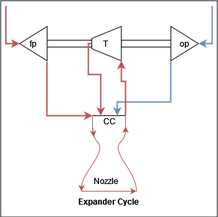
Earlier version of the draw.io export images/EX.png (casruks/CDP-LRE-Integrated-Design-Model). Source tidied: cells renumbered, new cells last; positions are measured from the earlier drawing's top-left corner, leaving out a move shared by most shapes. Source of this version:
```xml
<mxGraphModel>
  <root>
    <mxCell id="0" />
    <mxCell id="1" parent="0" />
    <mxCell id="2" style="group;" parent="1" vertex="1">
      <mxGeometry x="8" y="8" width="307.5" height="307.5" as="geometry" />
    </mxCell>
    <mxCell id="3" style="whiteSpace=wrap;html=1;" parent="2" vertex="1">
      <mxGeometry x="-7.5" y="-7.5" width="315" height="315" as="geometry" />
    </mxCell>
    <mxCell id="4" value="op" style="triangle;whiteSpace=wrap;html=1;flipH=0;" parent="2" vertex="1">
      <mxGeometry x="240" y="30" width="40" height="50" as="geometry" />
    </mxCell>
    <mxCell id="5" style="group;fillColor=none;strokeWidth=2;" parent="2" vertex="1">
      <mxGeometry x="110" y="160" width="80" height="110" as="geometry" />
    </mxCell>
    <mxCell id="6" style="shape=partialRectangle;whiteSpace=wrap;html=1;bottom=1;right=1;left=1;top=0;routingCenterX=-0.5;rotation=-180;" parent="5" vertex="1">
      <mxGeometry x="16" width="48" height="15.7" as="geometry" />
    </mxCell>
    <mxCell id="7" style="curved=1;endArrow=none;html=1;rounded=0;endFill=0;startArrow=classic;startFill=1;fillColor=#f8cecc;strokeColor=#b85450;" parent="5" edge="1">
      <mxGeometry relative="1" as="geometry">
        <mxPoint y="110" as="sourcePoint" />
        <mxPoint x="16" y="15.7" as="targetPoint" />
        <Array as="points">
          <mxPoint y="94.3" />
          <mxPoint x="32" y="47.1" />
          <mxPoint x="16" y="31.4" />
        </Array>
      </mxGeometry>
    </mxCell>
    <mxCell id="8" style="curved=1;endArrow=classic;html=1;rounded=0;endFill=1;strokeColor=#b85450;startArrow=none;startFill=0;fillColor=#f8cecc;" parent="5" edge="1">
      <mxGeometry relative="1" as="geometry">
        <mxPoint x="80" y="110" as="sourcePoint" />
        <mxPoint x="64" y="15.7" as="targetPoint" />
        <Array as="points">
          <mxPoint x="80" y="94.3" />
          <mxPoint x="48" y="47.1" />
          <mxPoint x="64" y="31.4" />
        </Array>
      </mxGeometry>
    </mxCell>
    <mxCell id="9" style="endArrow=none;html=1;rounded=0;fillColor=#f8cecc;strokeColor=#b85450;" parent="5" edge="1">
      <mxGeometry relative="1" as="geometry">
        <mxPoint x="16" as="sourcePoint" />
        <mxPoint x="16" y="15.7" as="targetPoint" />
      </mxGeometry>
    </mxCell>
    <mxCell id="10" style="endArrow=none;html=1;rounded=0;fillColor=#f8cecc;strokeColor=#b85450;" parent="5" edge="1">
      <mxGeometry relative="1" as="geometry">
        <mxPoint x="64" y="15.7" as="sourcePoint" />
        <mxPoint x="64" as="targetPoint" />
      </mxGeometry>
    </mxCell>
    <mxCell id="11" style="endArrow=classic;html=1;rounded=0;strokeColor=#b85450;startArrow=none;startFill=0;endFill=1;fillColor=#f8cecc;" parent="5" edge="1">
      <mxGeometry relative="1" as="geometry">
        <mxPoint y="110" as="sourcePoint" />
        <mxPoint x="80" y="110" as="targetPoint" />
      </mxGeometry>
    </mxCell>
    <mxCell id="12" style="endArrow=classic;html=1;rounded=0;exitX=1;exitY=0;exitDx=0;exitDy=0;fillColor=#f8cecc;strokeColor=#b85450;" parent="5" edge="1" source="6">
      <mxGeometry relative="1" as="geometry">
        <mxPoint x="18" y="31" as="targetPoint" />
      </mxGeometry>
    </mxCell>
    <mxCell id="13" value="Nozzle" style="text;html=1;align=center;verticalAlign=middle;strokeColor=none;fillColor=none;" parent="5" vertex="1">
      <mxGeometry x="5" y="80" width="60" height="30" as="geometry" />
    </mxCell>
    <mxCell id="14" value="CC" style="text;html=1;align=center;verticalAlign=middle;strokeColor=none;fillColor=none;" parent="5" vertex="1">
      <mxGeometry x="20" y="-7.1" width="40" height="30" as="geometry" />
    </mxCell>
    <mxCell id="15" style="rounded=0;whiteSpace=wrap;html=1;" parent="2" vertex="1">
      <mxGeometry x="55" y="50" width="70" height="10" as="geometry" />
    </mxCell>
    <mxCell id="16" style="endArrow=classic;html=1;rounded=0;entryX=1;entryY=0.5;entryDx=0;entryDy=0;fillColor=#f8cecc;strokeColor=#b85450;strokeWidth=2;" parent="2" edge="1" target="23">
      <mxGeometry relative="1" as="geometry">
        <mxPoint as="sourcePoint" />
        <Array as="points">
          <mxPoint />
          <mxPoint y="55" />
        </Array>
      </mxGeometry>
    </mxCell>
    <mxCell id="17" style="endArrow=classic;html=1;rounded=0;entryX=1;entryY=0.5;entryDx=0;entryDy=0;fillColor=#dae8fc;strokeColor=#6c8ebf;strokeWidth=2;" parent="2" edge="1">
      <mxGeometry relative="1" as="geometry">
        <mxPoint x="300" as="sourcePoint" />
        <mxPoint x="280" y="55" as="targetPoint" />
        <Array as="points">
          <mxPoint x="300" y="55" />
        </Array>
      </mxGeometry>
    </mxCell>
    <mxCell id="18" style="verticalLabelPosition=bottom;align=center;dashed=0;html=1;verticalAlign=top;shape=mxgraph.pid.engines.turbine;flipH=0;" parent="2" vertex="1">
      <mxGeometry x="125" y="30" width="50" height="50" as="geometry" />
    </mxCell>
    <mxCell id="19" style="rounded=0;whiteSpace=wrap;html=1;" parent="2" vertex="1">
      <mxGeometry x="168" y="50" width="72" height="10" as="geometry" />
    </mxCell>
    <mxCell id="20" value="T" style="text;html=1;align=center;verticalAlign=middle;strokeColor=none;fillColor=none;" parent="2" vertex="1">
      <mxGeometry x="130" y="40" width="30" height="30" as="geometry" />
    </mxCell>
    <mxCell id="21" style="edgeStyle=orthogonalEdgeStyle;rounded=0;jettySize=auto;html=1;fillColor=#dae8fc;strokeColor=#6c8ebf;jumpStyle=arc;exitX=-0.004;exitY=1.02;exitDx=0;exitDy=0;exitPerimeter=0;strokeWidth=2;entryX=0.25;entryY=1;entryDx=0;entryDy=0;" parent="2" edge="1" source="4" target="6">
      <mxGeometry relative="1" as="geometry">
        <Array as="points">
          <mxPoint x="240" y="140" />
          <mxPoint x="162" y="140" />
        </Array>
      </mxGeometry>
    </mxCell>
    <mxCell id="22" style="edgeStyle=orthogonalEdgeStyle;rounded=0;jettySize=auto;html=1;entryX=1;entryY=1;entryDx=0;entryDy=0;fillColor=#f8cecc;strokeColor=#b85450;jumpStyle=arc;exitX=0.004;exitY=-0.03;exitDx=0;exitDy=0;exitPerimeter=0;strokeWidth=2;" parent="2" edge="1" source="23" target="6">
      <mxGeometry relative="1" as="geometry">
        <Array as="points">
          <mxPoint x="60" y="160" />
        </Array>
      </mxGeometry>
    </mxCell>
    <mxCell id="23" value="fp" style="triangle;whiteSpace=wrap;html=1;direction=west;flipH=0;" parent="2" vertex="1">
      <mxGeometry x="20" y="30" width="40" height="50" as="geometry" />
    </mxCell>
    <mxCell id="24" style="edgeStyle=orthogonalEdgeStyle;rounded=0;jettySize=auto;html=1;exitX=0;exitY=1;exitDx=0;exitDy=0;entryX=0.86;entryY=1;entryDx=0;entryDy=0;fillColor=#f8cecc;strokeColor=#b85450;strokeWidth=2;entryPerimeter=0;" parent="2" edge="1" source="6" target="18">
      <mxGeometry relative="1" as="geometry">
        <Array as="points">
          <mxPoint x="174" y="110" />
          <mxPoint x="168" y="110" />
        </Array>
      </mxGeometry>
    </mxCell>
    <mxCell id="25" style="edgeStyle=orthogonalEdgeStyle;rounded=0;jettySize=auto;html=1;exitX=0.75;exitY=1;exitDx=0;exitDy=0;endArrow=none;endFill=0;strokeWidth=2;entryX=1;entryY=0.5;entryDx=0;entryDy=0;startArrow=classic;startFill=1;fillColor=#f8cecc;strokeColor=#b85450;" parent="2" edge="1" source="6" target="15">
      <mxGeometry relative="1" as="geometry">
        <Array as="points">
          <mxPoint x="138" y="100" />
          <mxPoint x="120" y="100" />
          <mxPoint x="120" y="55" />
        </Array>
      </mxGeometry>
    </mxCell>
    <mxCell id="26" value="Expander Cycle" style="text;html=1;strokeColor=none;fillColor=none;align=center;verticalAlign=middle;whiteSpace=wrap;rounded=0;fontStyle=1;" parent="2" vertex="1">
      <mxGeometry x="80" y="270" width="140" height="30" as="geometry" />
    </mxCell>
  </root>
</mxGraphModel>
```
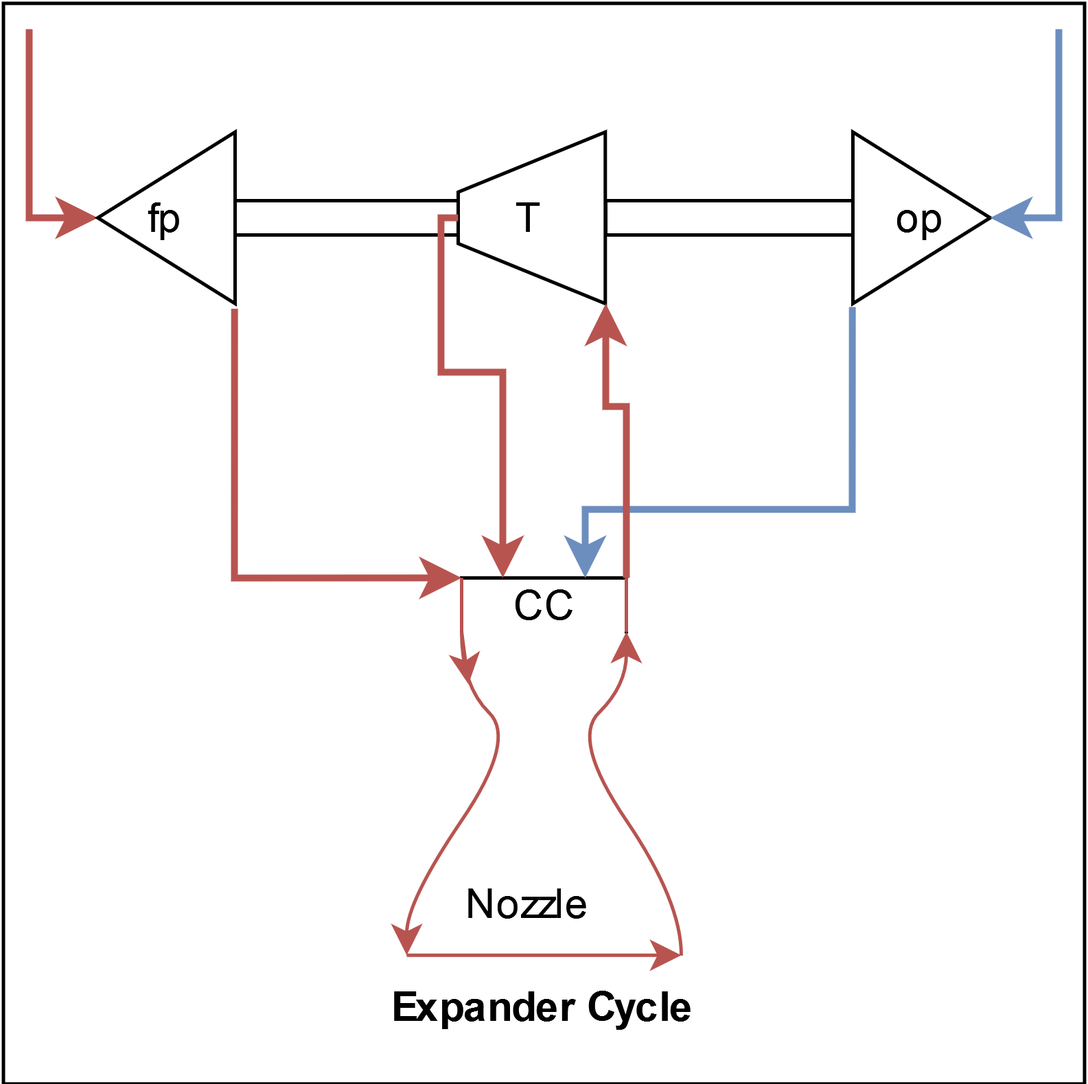
After the commit.

Change to the diagram source:
```diff
@@ -2,103 +2,103 @@
   <root>
     <mxCell id="0" />
     <mxCell id="1" parent="0" />
-    <mxCell id="2" style="group;" parent="1" vertex="1">
-      <mxGeometry x="8" y="8" width="307.5" height="307.5" as="geometry" />
-    </mxCell>
+    <mxCell id="27" style="group;" parent="1" vertex="1">
+      <mxGeometry x="578" y="-82" width="307.5" height="307.5" as="geometry" />
+    </mxCell>
-    <mxCell id="3" style="whiteSpace=wrap;html=1;" parent="2" vertex="1">
+    <mxCell id="3" style="whiteSpace=wrap;html=1;" parent="27" vertex="1">
       <mxGeometry x="-7.5" y="-7.5" width="315" height="315" as="geometry" />
     </mxCell>
-    <mxCell id="4" value="op" style="triangle;whiteSpace=wrap;html=1;flipH=0;" parent="2" vertex="1">
+    <mxCell id="4" value="op" style="triangle;whiteSpace=wrap;html=1;flipH=0;" parent="27" vertex="1">
       <mxGeometry x="240" y="30" width="40" height="50" as="geometry" />
     </mxCell>
-    <mxCell id="5" style="group;fillColor=none;strokeWidth=2;" parent="2" vertex="1">
+    <mxCell id="5" style="group;fillColor=none;strokeWidth=2;" parent="27" vertex="1">
       <mxGeometry x="110" y="160" width="80" height="110" as="geometry" />
     </mxCell>
     <mxCell id="6" style="shape=partialRectangle;whiteSpace=wrap;html=1;bottom=1;right=1;left=1;top=0;routingCenterX=-0.5;rotation=-180;" parent="5" vertex="1">
       <mxGeometry x="16" width="48" height="15.7" as="geometry" />
     </mxCell>
-    <mxCell id="7" style="curved=1;endArrow=none;html=1;rounded=0;endFill=0;startArrow=classic;startFill=1;fillColor=#f8cecc;strokeColor=#b85450;" parent="5" edge="1">
-      <mxGeometry relative="1" as="geometry">
-        <mxPoint y="110" as="sourcePoint" />
-        <mxPoint x="16" y="15.7" as="targetPoint" />
-        <Array as="points">
-          <mxPoint y="94.3" />
-          <mxPoint x="32" y="47.1" />
-          <mxPoint x="16" y="31.4" />
-        </Array>
-      </mxGeometry>
-    </mxCell>
-    <mxCell id="8" style="curved=1;endArrow=classic;html=1;rounded=0;endFill=1;strokeColor=#b85450;startArrow=none;startFill=0;fillColor=#f8cecc;" parent="5" edge="1">
-      <mxGeometry relative="1" as="geometry">
-        <mxPoint x="80" y="110" as="sourcePoint" />
-        <mxPoint x="64" y="15.7" as="targetPoint" />
-        <Array as="points">
-          <mxPoint x="80" y="94.3" />
-          <mxPoint x="48" y="47.1" />
-          <mxPoint x="64" y="31.4" />
-        </Array>
-      </mxGeometry>
-    </mxCell>
-    <mxCell id="9" style="endArrow=none;html=1;rounded=0;fillColor=#f8cecc;strokeColor=#b85450;" parent="5" edge="1">
-      <mxGeometry relative="1" as="geometry">
-        <mxPoint x="16" as="sourcePoint" />
-        <mxPoint x="16" y="15.7" as="targetPoint" />
-      </mxGeometry>
-    </mxCell>
-    <mxCell id="10" style="endArrow=none;html=1;rounded=0;fillColor=#f8cecc;strokeColor=#b85450;" parent="5" edge="1">
-      <mxGeometry relative="1" as="geometry">
-        <mxPoint x="64" y="15.7" as="sourcePoint" />
-        <mxPoint x="64" as="targetPoint" />
-      </mxGeometry>
-    </mxCell>
-    <mxCell id="11" style="endArrow=classic;html=1;rounded=0;strokeColor=#b85450;startArrow=none;startFill=0;endFill=1;fillColor=#f8cecc;" parent="5" edge="1">
-      <mxGeometry relative="1" as="geometry">
-        <mxPoint y="110" as="sourcePoint" />
-        <mxPoint x="80" y="110" as="targetPoint" />
-      </mxGeometry>
-    </mxCell>
-    <mxCell id="12" style="endArrow=classic;html=1;rounded=0;exitX=1;exitY=0;exitDx=0;exitDy=0;fillColor=#f8cecc;strokeColor=#b85450;" parent="5" edge="1" source="6">
-      <mxGeometry relative="1" as="geometry">
-        <mxPoint x="18" y="31" as="targetPoint" />
-      </mxGeometry>
-    </mxCell>
+    <mxCell id="28" style="curved=1;endArrow=none;html=1;rounded=0;endFill=0;startArrow=classic;startFill=1;fillColor=#f8cecc;strokeColor=#b85450;" parent="5" edge="1">
+      <mxGeometry relative="1" as="geometry">
+        <mxPoint y="110" as="sourcePoint" />
+        <mxPoint x="16" y="15.7" as="targetPoint" />
+        <Array as="points">
+          <mxPoint y="94.3" />
+          <mxPoint x="32" y="47.1" />
+          <mxPoint x="16" y="31.4" />
+        </Array>
+      </mxGeometry>
+    </mxCell>
+    <mxCell id="29" style="curved=1;endArrow=classic;html=1;rounded=0;endFill=1;strokeColor=#b85450;startArrow=none;startFill=0;fillColor=#f8cecc;" parent="5" edge="1">
+      <mxGeometry relative="1" as="geometry">
+        <mxPoint x="80" y="110" as="sourcePoint" />
+        <mxPoint x="64" y="15.7" as="targetPoint" />
+        <Array as="points">
+          <mxPoint x="80" y="94.3" />
+          <mxPoint x="48" y="47.1" />
+          <mxPoint x="64" y="31.4" />
+        </Array>
+      </mxGeometry>
+    </mxCell>
+    <mxCell id="30" style="endArrow=none;html=1;rounded=0;fillColor=#f8cecc;strokeColor=#b85450;" parent="5" edge="1">
+      <mxGeometry relative="1" as="geometry">
+        <mxPoint x="16" as="sourcePoint" />
+        <mxPoint x="16" y="15.7" as="targetPoint" />
+      </mxGeometry>
+    </mxCell>
+    <mxCell id="31" style="endArrow=none;html=1;rounded=0;fillColor=#f8cecc;strokeColor=#b85450;" parent="5" edge="1">
+      <mxGeometry relative="1" as="geometry">
+        <mxPoint x="64" y="15.7" as="sourcePoint" />
+        <mxPoint x="64" as="targetPoint" />
+      </mxGeometry>
+    </mxCell>
+    <mxCell id="32" style="endArrow=classic;html=1;rounded=0;strokeColor=#b85450;startArrow=none;startFill=0;endFill=1;fillColor=#f8cecc;" parent="5" edge="1">
+      <mxGeometry relative="1" as="geometry">
+        <mxPoint y="110" as="sourcePoint" />
+        <mxPoint x="80" y="110" as="targetPoint" />
+      </mxGeometry>
+    </mxCell>
+    <mxCell id="33" style="endArrow=classic;html=1;rounded=0;exitX=1;exitY=0;exitDx=0;exitDy=0;fillColor=#f8cecc;strokeColor=#b85450;" parent="5" edge="1" source="6">
+      <mxGeometry relative="1" as="geometry">
+        <mxPoint x="18" y="31" as="targetPoint" />
+      </mxGeometry>
+    </mxCell>
     <mxCell id="13" value="Nozzle" style="text;html=1;align=center;verticalAlign=middle;strokeColor=none;fillColor=none;" parent="5" vertex="1">
       <mxGeometry x="5" y="80" width="60" height="30" as="geometry" />
     </mxCell>
     <mxCell id="14" value="CC" style="text;html=1;align=center;verticalAlign=middle;strokeColor=none;fillColor=none;" parent="5" vertex="1">
       <mxGeometry x="20" y="-7.1" width="40" height="30" as="geometry" />
     </mxCell>
-    <mxCell id="15" style="rounded=0;whiteSpace=wrap;html=1;" parent="2" vertex="1">
+    <mxCell id="15" style="rounded=0;whiteSpace=wrap;html=1;" parent="27" vertex="1">
       <mxGeometry x="55" y="50" width="70" height="10" as="geometry" />
     </mxCell>
-    <mxCell id="16" style="endArrow=classic;html=1;rounded=0;entryX=1;entryY=0.5;entryDx=0;entryDy=0;fillColor=#f8cecc;strokeColor=#b85450;strokeWidth=2;" parent="2" edge="1" target="23">
-      <mxGeometry relative="1" as="geometry">
-        <mxPoint as="sourcePoint" />
-        <Array as="points">
-          <mxPoint />
-          <mxPoint y="55" />
-        </Array>
-      </mxGeometry>
-    </mxCell>
-    <mxCell id="17" style="endArrow=classic;html=1;rounded=0;entryX=1;entryY=0.5;entryDx=0;entryDy=0;fillColor=#dae8fc;strokeColor=#6c8ebf;strokeWidth=2;" parent="2" edge="1">
-      <mxGeometry relative="1" as="geometry">
-        <mxPoint x="300" as="sourcePoint" />
-        <mxPoint x="280" y="55" as="targetPoint" />
-        <Array as="points">
-          <mxPoint x="300" y="55" />
-        </Array>
-      </mxGeometry>
-    </mxCell>
+    <mxCell id="34" style="endArrow=classic;html=1;rounded=0;entryX=1;entryY=0.5;entryDx=0;entryDy=0;fillColor=#f8cecc;strokeColor=#b85450;strokeWidth=2;" parent="27" edge="1" target="23">
+      <mxGeometry relative="1" as="geometry">
+        <mxPoint as="sourcePoint" />
+        <Array as="points">
+          <mxPoint />
+          <mxPoint y="55" />
+        </Array>
+      </mxGeometry>
+    </mxCell>
+    <mxCell id="35" style="endArrow=classic;html=1;rounded=0;entryX=1;entryY=0.5;entryDx=0;entryDy=0;fillColor=#dae8fc;strokeColor=#6c8ebf;strokeWidth=2;" parent="27" edge="1">
+      <mxGeometry relative="1" as="geometry">
+        <mxPoint x="300" as="sourcePoint" />
+        <mxPoint x="280" y="55" as="targetPoint" />
+        <Array as="points">
+          <mxPoint x="300" y="55" />
+        </Array>
+      </mxGeometry>
+    </mxCell>
-    <mxCell id="18" style="verticalLabelPosition=bottom;align=center;dashed=0;html=1;verticalAlign=top;shape=mxgraph.pid.engines.turbine;flipH=0;" parent="2" vertex="1">
+    <mxCell id="18" style="verticalLabelPosition=bottom;align=center;dashed=0;html=1;verticalAlign=top;shape=mxgraph.pid.engines.turbine;flipH=0;" parent="27" vertex="1">
       <mxGeometry x="125" y="30" width="50" height="50" as="geometry" />
     </mxCell>
-    <mxCell id="19" style="rounded=0;whiteSpace=wrap;html=1;" parent="2" vertex="1">
+    <mxCell id="19" style="rounded=0;whiteSpace=wrap;html=1;" parent="27" vertex="1">
       <mxGeometry x="168" y="50" width="72" height="10" as="geometry" />
     </mxCell>
-    <mxCell id="20" value="T" style="text;html=1;align=center;verticalAlign=middle;strokeColor=none;fillColor=none;" parent="2" vertex="1">
+    <mxCell id="20" value="T" style="text;html=1;align=center;verticalAlign=middle;strokeColor=none;fillColor=none;" parent="27" vertex="1">
       <mxGeometry x="130" y="40" width="30" height="30" as="geometry" />
     </mxCell>
-    <mxCell id="21" style="edgeStyle=orthogonalEdgeStyle;rounded=0;jettySize=auto;html=1;fillColor=#dae8fc;strokeColor=#6c8ebf;jumpStyle=arc;exitX=-0.004;exitY=1.02;exitDx=0;exitDy=0;exitPerimeter=0;strokeWidth=2;entryX=0.25;entryY=1;entryDx=0;entryDy=0;" parent="2" edge="1" source="4" target="6">
+    <mxCell id="21" style="edgeStyle=orthogonalEdgeStyle;rounded=0;jettySize=auto;html=1;fillColor=#dae8fc;strokeColor=#6c8ebf;jumpStyle=arc;exitX=-0.004;exitY=1.02;exitDx=0;exitDy=0;exitPerimeter=0;strokeWidth=2;entryX=0.25;entryY=1;entryDx=0;entryDy=0;" parent="27" edge="1" source="4" target="6">
       <mxGeometry relative="1" as="geometry">
         <Array as="points">
           <mxPoint x="240" y="140" />
@@ -106,17 +106,17 @@
         </Array>
       </mxGeometry>
     </mxCell>
-    <mxCell id="22" style="edgeStyle=orthogonalEdgeStyle;rounded=0;jettySize=auto;html=1;entryX=1;entryY=1;entryDx=0;entryDy=0;fillColor=#f8cecc;strokeColor=#b85450;jumpStyle=arc;exitX=0.004;exitY=-0.03;exitDx=0;exitDy=0;exitPerimeter=0;strokeWidth=2;" parent="2" edge="1" source="23" target="6">
+    <mxCell id="22" style="edgeStyle=orthogonalEdgeStyle;rounded=0;jettySize=auto;html=1;entryX=1;entryY=1;entryDx=0;entryDy=0;fillColor=#f8cecc;strokeColor=#b85450;jumpStyle=arc;exitX=0.004;exitY=-0.03;exitDx=0;exitDy=0;exitPerimeter=0;strokeWidth=2;" parent="27" edge="1" source="23" target="6">
       <mxGeometry relative="1" as="geometry">
         <Array as="points">
           <mxPoint x="60" y="160" />
         </Array>
       </mxGeometry>
     </mxCell>
-    <mxCell id="23" value="fp" style="triangle;whiteSpace=wrap;html=1;direction=west;flipH=0;" parent="2" vertex="1">
+    <mxCell id="23" value="fp" style="triangle;whiteSpace=wrap;html=1;direction=west;flipH=0;" parent="27" vertex="1">
       <mxGeometry x="20" y="30" width="40" height="50" as="geometry" />
     </mxCell>
-    <mxCell id="24" style="edgeStyle=orthogonalEdgeStyle;rounded=0;jettySize=auto;html=1;exitX=0;exitY=1;exitDx=0;exitDy=0;entryX=0.86;entryY=1;entryDx=0;entryDy=0;fillColor=#f8cecc;strokeColor=#b85450;strokeWidth=2;entryPerimeter=0;" parent="2" edge="1" source="6" target="18">
+    <mxCell id="24" style="edgeStyle=orthogonalEdgeStyle;rounded=0;jettySize=auto;html=1;exitX=0;exitY=1;exitDx=0;exitDy=0;entryX=0.86;entryY=1;entryDx=0;entryDy=0;fillColor=#f8cecc;strokeColor=#b85450;strokeWidth=2;entryPerimeter=0;" parent="27" edge="1" source="6" target="18">
       <mxGeometry relative="1" as="geometry">
         <Array as="points">
           <mxPoint x="174" y="110" />
@@ -124,7 +124,7 @@
         </Array>
       </mxGeometry>
     </mxCell>
-    <mxCell id="25" style="edgeStyle=orthogonalEdgeStyle;rounded=0;jettySize=auto;html=1;exitX=0.75;exitY=1;exitDx=0;exitDy=0;endArrow=none;endFill=0;strokeWidth=2;entryX=1;entryY=0.5;entryDx=0;entryDy=0;startArrow=classic;startFill=1;fillColor=#f8cecc;strokeColor=#b85450;" parent="2" edge="1" source="6" target="15">
+    <mxCell id="25" style="edgeStyle=orthogonalEdgeStyle;rounded=0;jettySize=auto;html=1;exitX=0.75;exitY=1;exitDx=0;exitDy=0;endArrow=none;endFill=0;strokeWidth=2;entryX=1;entryY=0.5;entryDx=0;entryDy=0;startArrow=classic;startFill=1;fillColor=#f8cecc;strokeColor=#b85450;" parent="27" edge="1" source="6" target="15">
       <mxGeometry relative="1" as="geometry">
         <Array as="points">
           <mxPoint x="138" y="100" />
@@ -133,7 +133,7 @@
         </Array>
       </mxGeometry>
     </mxCell>
-    <mxCell id="26" value="Expander Cycle" style="text;html=1;strokeColor=none;fillColor=none;align=center;verticalAlign=middle;whiteSpace=wrap;rounded=0;fontStyle=1;" parent="2" vertex="1">
+    <mxCell id="26" value="Expander Cycle" style="text;html=1;strokeColor=none;fillColor=none;align=center;verticalAlign=middle;whiteSpace=wrap;rounded=0;fontStyle=1;" parent="27" vertex="1">
       <mxGeometry x="80" y="270" width="140" height="30" as="geometry" />
     </mxCell>
   </root>
```
